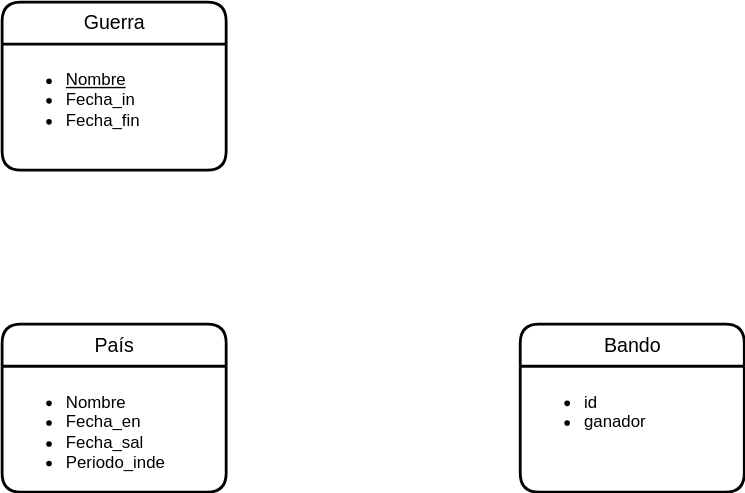
Before: UD12-4.svg, a diagram exported from draw.io (Jimxx22/C3-UD11-UML). Source tidied: cells renumbered, new cells last; positions are measured from the earlier drawing's top-left corner, leaving out a move shared by most shapes. Its diagram source:
```xml
<mxGraphModel>
  <root>
    <mxCell id="0" />
    <mxCell id="1" parent="0" />
    <mxCell id="2" value="Guerra" style="swimlane;horizontal=1;startSize=30;rounded=1;fontSize=14;fontStyle=0;strokeWidth=2;shadow=0;dashed=0;align=center;glass=0;fillColor=default;html=1;" parent="1" vertex="1">
      <mxGeometry width="160" height="120" as="geometry" />
    </mxCell>
    <mxCell id="3" value="&lt;ul&gt;&lt;li&gt;&lt;span style=&quot;background-color: initial;&quot;&gt;&lt;u&gt;Nombre&lt;/u&gt;&lt;/span&gt;&lt;/li&gt;&lt;li&gt;Fecha_in&lt;/li&gt;&lt;li&gt;Fecha_fin&lt;/li&gt;&lt;/ul&gt;" style="align=left;strokeColor=none;fillColor=none;spacingLeft=4;fontSize=12;verticalAlign=top;rounded=0;glass=0;html=1;" parent="2" vertex="1">
      <mxGeometry y="30" width="160" height="90" as="geometry" />
    </mxCell>
    <mxCell id="4" value="Bando" style="swimlane;horizontal=1;startSize=30;rounded=1;fontSize=14;fontStyle=0;strokeWidth=2;shadow=0;dashed=0;align=center;glass=0;fillColor=default;html=1;" parent="1" vertex="1">
      <mxGeometry x="370" y="230" width="160" height="120" as="geometry" />
    </mxCell>
    <mxCell id="5" value="&lt;ul&gt;&lt;li&gt;id&lt;/li&gt;&lt;li&gt;&lt;span style=&quot;background-color: initial;&quot;&gt;ganador&lt;/span&gt;&lt;br&gt;&lt;/li&gt;&lt;/ul&gt;" style="align=left;strokeColor=none;fillColor=none;spacingLeft=4;fontSize=12;verticalAlign=top;rounded=0;glass=0;html=1;" parent="4" vertex="1">
      <mxGeometry y="30" width="160" height="90" as="geometry" />
    </mxCell>
    <mxCell id="6" value="País" style="swimlane;horizontal=1;startSize=30;rounded=1;fontSize=14;fontStyle=0;strokeWidth=2;shadow=0;dashed=0;align=center;glass=0;fillColor=default;html=1;" parent="1" vertex="1">
      <mxGeometry y="230" width="160" height="120" as="geometry" />
    </mxCell>
    <mxCell id="7" value="&lt;ul&gt;&lt;li&gt;Nombre&lt;/li&gt;&lt;li&gt;&lt;span style=&quot;background-color: initial;&quot;&gt;Fecha_en&lt;/span&gt;&lt;br&gt;&lt;/li&gt;&lt;li&gt;&lt;span style=&quot;background-color: initial;&quot;&gt;Fecha_sal&lt;/span&gt;&lt;/li&gt;&lt;li&gt;&lt;span style=&quot;background-color: initial;&quot;&gt;Periodo_inde&lt;/span&gt;&lt;/li&gt;&lt;/ul&gt;" style="align=left;strokeColor=none;fillColor=none;spacingLeft=4;fontSize=12;verticalAlign=top;rounded=0;glass=0;html=1;" parent="6" vertex="1">
      <mxGeometry y="30" width="160" height="90" as="geometry" />
    </mxCell>
  </root>
</mxGraphModel>
```
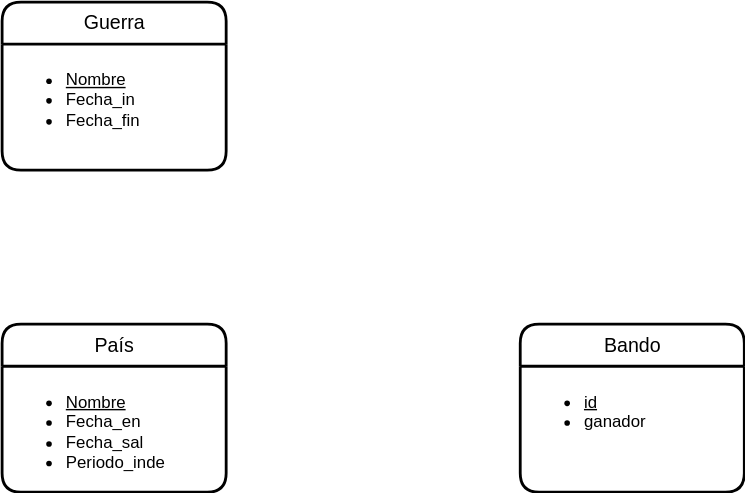
Above is the later version.

Change to the diagram source:
```diff
@@ -11,13 +11,13 @@
     <mxCell id="4" value="Bando" style="swimlane;horizontal=1;startSize=30;rounded=1;fontSize=14;fontStyle=0;strokeWidth=2;shadow=0;dashed=0;align=center;glass=0;fillColor=default;html=1;" parent="1" vertex="1">
       <mxGeometry x="370" y="230" width="160" height="120" as="geometry" />
     </mxCell>
-    <mxCell id="5" value="&lt;ul&gt;&lt;li&gt;id&lt;/li&gt;&lt;li&gt;&lt;span style=&quot;background-color: initial;&quot;&gt;ganador&lt;/span&gt;&lt;br&gt;&lt;/li&gt;&lt;/ul&gt;" style="align=left;strokeColor=none;fillColor=none;spacingLeft=4;fontSize=12;verticalAlign=top;rounded=0;glass=0;html=1;" parent="4" vertex="1">
+    <mxCell id="5" value="&lt;ul&gt;&lt;li&gt;&lt;u&gt;id&lt;/u&gt;&lt;/li&gt;&lt;li&gt;&lt;span style=&quot;background-color: initial;&quot;&gt;ganador&lt;/span&gt;&lt;br&gt;&lt;/li&gt;&lt;/ul&gt;" style="align=left;strokeColor=none;fillColor=none;spacingLeft=4;fontSize=12;verticalAlign=top;rounded=0;glass=0;html=1;" parent="4" vertex="1">
       <mxGeometry y="30" width="160" height="90" as="geometry" />
     </mxCell>
     <mxCell id="6" value="País" style="swimlane;horizontal=1;startSize=30;rounded=1;fontSize=14;fontStyle=0;strokeWidth=2;shadow=0;dashed=0;align=center;glass=0;fillColor=default;html=1;" parent="1" vertex="1">
       <mxGeometry y="230" width="160" height="120" as="geometry" />
     </mxCell>
-    <mxCell id="7" value="&lt;ul&gt;&lt;li&gt;Nombre&lt;/li&gt;&lt;li&gt;&lt;span style=&quot;background-color: initial;&quot;&gt;Fecha_en&lt;/span&gt;&lt;br&gt;&lt;/li&gt;&lt;li&gt;&lt;span style=&quot;background-color: initial;&quot;&gt;Fecha_sal&lt;/span&gt;&lt;/li&gt;&lt;li&gt;&lt;span style=&quot;background-color: initial;&quot;&gt;Periodo_inde&lt;/span&gt;&lt;/li&gt;&lt;/ul&gt;" style="align=left;strokeColor=none;fillColor=none;spacingLeft=4;fontSize=12;verticalAlign=top;rounded=0;glass=0;html=1;" parent="6" vertex="1">
+    <mxCell id="7" value="&lt;ul&gt;&lt;li&gt;&lt;u&gt;Nombre&lt;/u&gt;&lt;/li&gt;&lt;li&gt;&lt;span style=&quot;background-color: initial;&quot;&gt;Fecha_en&lt;/span&gt;&lt;br&gt;&lt;/li&gt;&lt;li&gt;&lt;span style=&quot;background-color: initial;&quot;&gt;Fecha_sal&lt;/span&gt;&lt;/li&gt;&lt;li&gt;&lt;span style=&quot;background-color: initial;&quot;&gt;Periodo_inde&lt;/span&gt;&lt;/li&gt;&lt;/ul&gt;" style="align=left;strokeColor=none;fillColor=none;spacingLeft=4;fontSize=12;verticalAlign=top;rounded=0;glass=0;html=1;" parent="6" vertex="1">
       <mxGeometry y="30" width="160" height="90" as="geometry" />
     </mxCell>
   </root>
```
